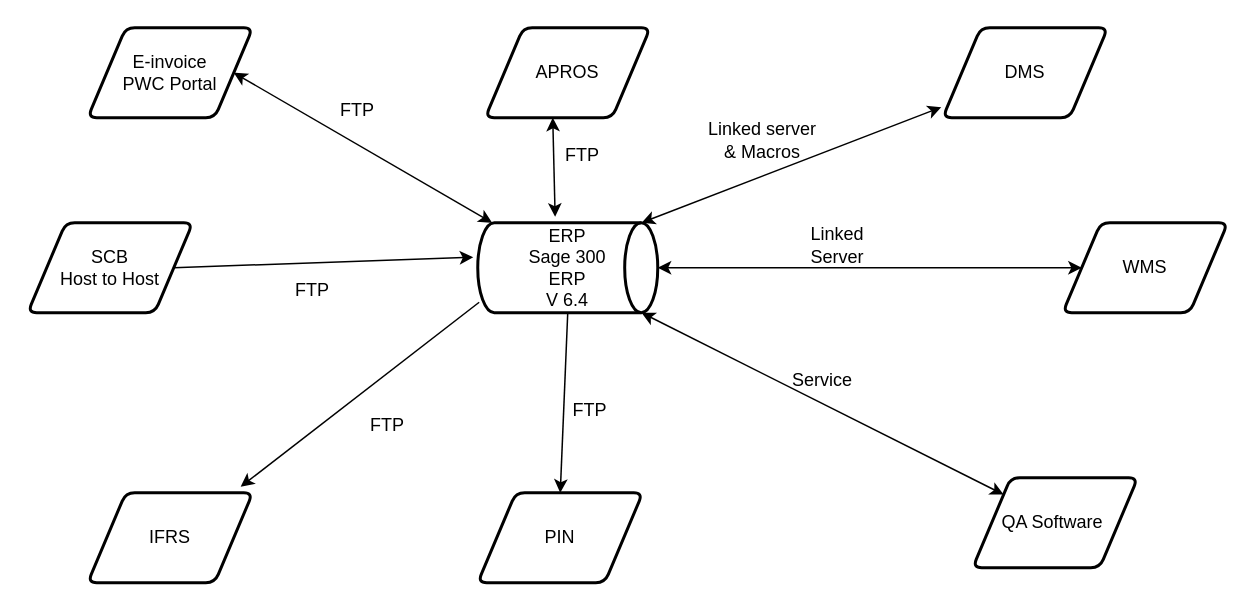
Before: Accpac Flow.drawio in Gowthamguru/demo, a draw.io diagram. Source tidied: cells renumbered, new cells numbered last; positions are measured from the earlier drawing's top-left corner, leaving out a move shared by most shapes. Both pictures are drawn from the tidied source at 150%, with x=0, y=0 at pixel (27, 27).
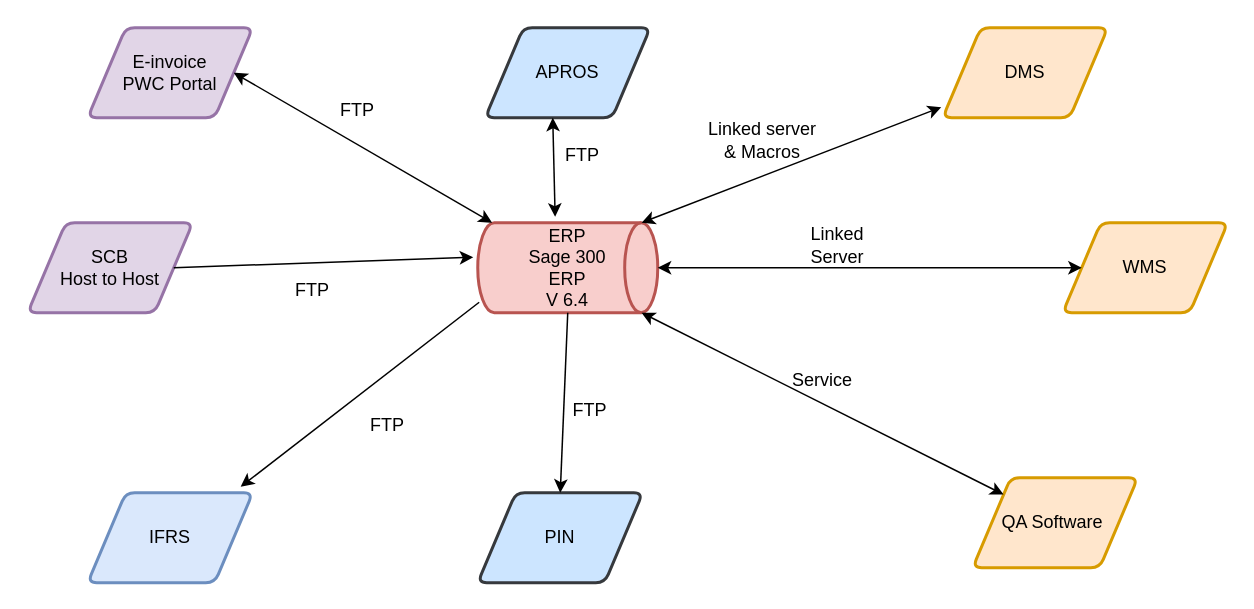
After the change.

Diff of the diagram source:
```diff
@@
-    <mxCell id="2" value="ERP&lt;br&gt;Sage 300&lt;br&gt;ERP&lt;br&gt;V 6.4" style="strokeWidth=2;html=1;shape=mxgraph.flowchart.direct_data;whiteSpace=wrap;" parent="1" vertex="1">
+    <mxCell id="2" value="ERP&lt;br&gt;Sage 300&lt;br&gt;ERP&lt;br&gt;V 6.4" style="strokeWidth=2;html=1;shape=mxgraph.flowchart.direct_data;whiteSpace=wrap;fillColor=#f8cecc;strokeColor=#b85450;" parent="1" vertex="1">
       <mxGeometry x="300" y="130" width="120" height="60" as="geometry" />
     </mxCell>
-    <mxCell id="3" value="E-invoice&lt;br&gt;PWC Portal" style="shape=parallelogram;html=1;strokeWidth=2;perimeter=parallelogramPerimeter;whiteSpace=wrap;rounded=1;arcSize=12;size=0.23;" parent="1" vertex="1">
+    <mxCell id="3" value="E-invoice&lt;br&gt;PWC Portal" style="shape=parallelogram;html=1;strokeWidth=2;perimeter=parallelogramPerimeter;whiteSpace=wrap;rounded=1;arcSize=12;size=0.23;fillColor=#e1d5e7;strokeColor=#9673a6;" parent="1" vertex="1">
       <mxGeometry x="40" width="110" height="60" as="geometry" />
     </mxCell>
@@
-    <mxCell id="6" value="APROS" style="shape=parallelogram;html=1;strokeWidth=2;perimeter=parallelogramPerimeter;whiteSpace=wrap;rounded=1;arcSize=12;size=0.23;" parent="1" vertex="1">
+    <mxCell id="6" value="APROS" style="shape=parallelogram;html=1;strokeWidth=2;perimeter=parallelogramPerimeter;whiteSpace=wrap;rounded=1;arcSize=12;size=0.23;fillColor=#cce5ff;strokeColor=#36393d;" parent="1" vertex="1">
       <mxGeometry x="305" width="110" height="60" as="geometry" />
     </mxCell>
@@
-    <mxCell id="9" value="DMS" style="shape=parallelogram;html=1;strokeWidth=2;perimeter=parallelogramPerimeter;whiteSpace=wrap;rounded=1;arcSize=12;size=0.23;" parent="1" vertex="1">
+    <mxCell id="9" value="DMS" style="shape=parallelogram;html=1;strokeWidth=2;perimeter=parallelogramPerimeter;whiteSpace=wrap;rounded=1;arcSize=12;size=0.23;fillColor=#ffe6cc;strokeColor=#d79b00;" parent="1" vertex="1">
       <mxGeometry x="610" width="110" height="60" as="geometry" />
     </mxCell>
-    <mxCell id="10" value="WMS" style="shape=parallelogram;html=1;strokeWidth=2;perimeter=parallelogramPerimeter;whiteSpace=wrap;rounded=1;arcSize=12;size=0.23;" parent="1" vertex="1">
+    <mxCell id="10" value="WMS" style="shape=parallelogram;html=1;strokeWidth=2;perimeter=parallelogramPerimeter;whiteSpace=wrap;rounded=1;arcSize=12;size=0.23;fillColor=#ffe6cc;strokeColor=#d79b00;" parent="1" vertex="1">
       <mxGeometry x="690" y="130" width="110" height="60" as="geometry" />
     </mxCell>
-    <mxCell id="11" value="QA Software&amp;nbsp;" style="shape=parallelogram;html=1;strokeWidth=2;perimeter=parallelogramPerimeter;whiteSpace=wrap;rounded=1;arcSize=12;size=0.23;" parent="1" vertex="1">
+    <mxCell id="11" value="QA Software&amp;nbsp;" style="shape=parallelogram;html=1;strokeWidth=2;perimeter=parallelogramPerimeter;whiteSpace=wrap;rounded=1;arcSize=12;size=0.23;fillColor=#ffe6cc;strokeColor=#d79b00;" parent="1" vertex="1">
       <mxGeometry x="630" y="300" width="110" height="60" as="geometry" />
     </mxCell>
-    <mxCell id="12" value="PIN" style="shape=parallelogram;html=1;strokeWidth=2;perimeter=parallelogramPerimeter;whiteSpace=wrap;rounded=1;arcSize=12;size=0.23;" parent="1" vertex="1">
+    <mxCell id="12" value="PIN" style="shape=parallelogram;html=1;strokeWidth=2;perimeter=parallelogramPerimeter;whiteSpace=wrap;rounded=1;arcSize=12;size=0.23;fillColor=#cce5ff;strokeColor=#36393d;" parent="1" vertex="1">
       <mxGeometry x="300" y="310" width="110" height="60" as="geometry" />
     </mxCell>
-    <mxCell id="13" value="IFRS" style="shape=parallelogram;html=1;strokeWidth=2;perimeter=parallelogramPerimeter;whiteSpace=wrap;rounded=1;arcSize=12;size=0.23;" parent="1" vertex="1">
+    <mxCell id="13" value="IFRS" style="shape=parallelogram;html=1;strokeWidth=2;perimeter=parallelogramPerimeter;whiteSpace=wrap;rounded=1;arcSize=12;size=0.23;fillColor=#dae8fc;strokeColor=#6c8ebf;" parent="1" vertex="1">
       <mxGeometry x="40" y="310" width="110" height="60" as="geometry" />
     </mxCell>
-    <mxCell id="14" value="SCB&lt;br&gt;Host to Host" style="shape=parallelogram;html=1;strokeWidth=2;perimeter=parallelogramPerimeter;whiteSpace=wrap;rounded=1;arcSize=12;size=0.23;" parent="1" vertex="1">
+    <mxCell id="14" value="SCB&lt;br&gt;Host to Host" style="shape=parallelogram;html=1;strokeWidth=2;perimeter=parallelogramPerimeter;whiteSpace=wrap;rounded=1;arcSize=12;size=0.23;fillColor=#e1d5e7;strokeColor=#9673a6;" parent="1" vertex="1">
       <mxGeometry y="130" width="110" height="60" as="geometry" />
     </mxCell>
```
